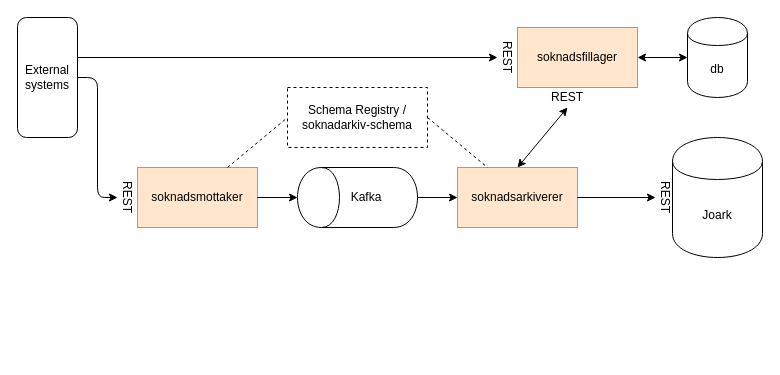
navikt/archiving-infrastructure keeps this draw.io diagram as docs/arkivering.drawio. Above is the earlier version. Source tidied: cells renumbered, new cells numbered last; positions are measured from the earlier drawing's top-left corner, leaving out a move shared by most shapes. Both pictures are drawn from the tidied source at 100%, with x=0, y=0 at pixel (17, 17).
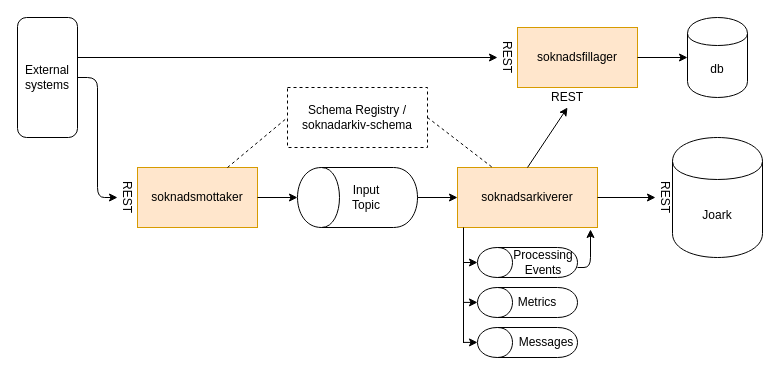
Above is the later version.

Unchanged cells that the change refers to:
```xml
<mxCell id="8" value="&lt;div&gt;soknadsfillager&lt;/div&gt;" style="rounded=0;whiteSpace=wrap;html=1;fillColor=#ffe6cc;strokeColor=#d79b00;" parent="1" vertex="1">
  <mxGeometry x="500" y="10" width="120" height="60" as="geometry" />
</mxCell>
<mxCell id="9" value="db" style="shape=cylinder;whiteSpace=wrap;html=1;boundedLbl=1;backgroundOutline=1;" parent="1" vertex="1">
  <mxGeometry x="670" width="60" height="80" as="geometry" />
</mxCell>
<mxCell id="21" value="REST" style="text;html=1;strokeColor=none;fillColor=none;align=center;verticalAlign=middle;whiteSpace=wrap;rounded=0;rotation=0;" parent="1" vertex="1">
  <mxGeometry x="530" y="70" width="40" height="20" as="geometry" />
</mxCell>
```

Diff of the diagram source:
```diff
@@
-    <mxCell id="3" value="Kafka" style="shape=cylinder;whiteSpace=wrap;html=1;boundedLbl=1;backgroundOutline=1;direction=north;" parent="1" vertex="1">
+    <mxCell id="3" value="&lt;div&gt;Input&lt;/div&gt;&lt;div&gt;Topic&lt;/div&gt;" style="shape=cylinder;whiteSpace=wrap;html=1;boundedLbl=1;backgroundOutline=1;direction=north;" parent="1" vertex="1">
       <mxGeometry x="280" y="150" width="120" height="60" as="geometry" />
     </mxCell>
@@
     <mxCell id="7" value="soknadsarkiverer" style="rounded=0;whiteSpace=wrap;html=1;fillColor=#ffe6cc;strokeColor=#d79b00;" parent="1" vertex="1">
-      <mxGeometry x="440" y="150" width="120" height="60" as="geometry" />
+      <mxGeometry x="440" y="150" width="140" height="60" as="geometry" />
     </mxCell>
@@
-    <mxCell id="10" style="endArrow=classic;startArrow=classic;html=1;entryX=0;entryY=0.5;entryDx=0;entryDy=0;exitX=1;exitY=0.5;exitDx=0;exitDy=0;" parent="1" edge="1" source="8" target="9">
+    <mxCell id="10" style="endArrow=classic;startArrow=none;html=1;entryX=0;entryY=0.5;entryDx=0;entryDy=0;exitX=1;exitY=0.5;exitDx=0;exitDy=0;startFill=0;" parent="1" edge="1" source="8" target="9">
       <mxGeometry relative="1" as="geometry" />
     </mxCell>
@@
-    <mxCell id="22" style="endArrow=classic;startArrow=classic;html=1;entryX=0.5;entryY=1;entryDx=0;entryDy=0;exitX=0.5;exitY=0;exitDx=0;exitDy=0;" parent="1" edge="1" source="7" target="21">
+    <mxCell id="22" style="endArrow=classic;startArrow=none;html=1;entryX=0.5;entryY=1;entryDx=0;entryDy=0;exitX=0.5;exitY=0;exitDx=0;exitDy=0;startFill=0;" parent="1" edge="1" source="7" target="21">
       <mxGeometry relative="1" as="geometry" />
     </mxCell>
+    <mxCell id="23" style="shape=cylinder;whiteSpace=wrap;html=1;boundedLbl=1;backgroundOutline=1;direction=north;" parent="1" vertex="1">
+      <mxGeometry x="460" y="230" width="100" height="30" as="geometry" />
+    </mxCell>
+    <mxCell id="24" style="shape=cylinder;whiteSpace=wrap;html=1;boundedLbl=1;backgroundOutline=1;direction=north;" parent="1" vertex="1">
+      <mxGeometry x="460" y="270" width="100" height="30" as="geometry" />
+    </mxCell>
+    <mxCell id="25" style="shape=cylinder;whiteSpace=wrap;html=1;boundedLbl=1;backgroundOutline=1;direction=north;" parent="1" vertex="1">
+      <mxGeometry x="460" y="310" width="100" height="30" as="geometry" />
+    </mxCell>
+    <mxCell id="26" style="endArrow=none;html=1;entryX=0.058;entryY=1.05;entryDx=0;entryDy=0;entryPerimeter=0;" parent="1" edge="1">
+      <mxGeometry relative="1" as="geometry">
+        <mxPoint x="446" y="325.5" as="sourcePoint" />
+        <mxPoint x="446" y="210" as="targetPoint" />
+      </mxGeometry>
+    </mxCell>
+    <mxCell id="27" value="&lt;div&gt;Processing&lt;/div&gt;&lt;div&gt;Events&lt;br&gt;&lt;/div&gt;" style="text;html=1;strokeColor=none;fillColor=none;align=center;verticalAlign=middle;whiteSpace=wrap;rounded=0;" parent="1" vertex="1">
+      <mxGeometry x="506" y="235" width="40" height="20" as="geometry" />
+    </mxCell>
+    <mxCell id="28" value="Metrics" style="text;html=1;strokeColor=none;fillColor=none;align=center;verticalAlign=middle;whiteSpace=wrap;rounded=0;" parent="1" vertex="1">
+      <mxGeometry x="500" y="275" width="40" height="20" as="geometry" />
+    </mxCell>
+    <mxCell id="29" value="Messages" style="text;html=1;strokeColor=none;fillColor=none;align=center;verticalAlign=middle;whiteSpace=wrap;rounded=0;" parent="1" vertex="1">
+      <mxGeometry x="509" y="315" width="40" height="20" as="geometry" />
+    </mxCell>
+    <mxCell id="30" style="endArrow=classic;html=1;exitX=0.333;exitY=1;exitDx=0;exitDy=0;exitPerimeter=0;entryX=0.95;entryY=1.033;entryDx=0;entryDy=0;entryPerimeter=0;" parent="1" edge="1" source="23" target="7">
+      <mxGeometry relative="1" as="geometry">
+        <Array as="points">
+          <mxPoint x="573" y="250" />
+        </Array>
+      </mxGeometry>
+    </mxCell>
+    <mxCell id="31" style="endArrow=classic;html=1;entryX=0.5;entryY=0;entryDx=0;entryDy=0;" parent="1" edge="1" target="23">
+      <mxGeometry relative="1" as="geometry">
+        <mxPoint x="446" y="245" as="sourcePoint" />
+      </mxGeometry>
+    </mxCell>
+    <mxCell id="32" style="endArrow=classic;html=1;entryX=0.5;entryY=0;entryDx=0;entryDy=0;" parent="1" edge="1">
+      <mxGeometry relative="1" as="geometry">
+        <mxPoint x="446" y="284.9" as="sourcePoint" />
+        <mxPoint x="460" y="284.9" as="targetPoint" />
+      </mxGeometry>
+    </mxCell>
+    <mxCell id="33" style="endArrow=classic;html=1;entryX=0.5;entryY=0;entryDx=0;entryDy=0;" parent="1" edge="1">
+      <mxGeometry relative="1" as="geometry">
+        <mxPoint x="446" y="324.9" as="sourcePoint" />
+        <mxPoint x="460" y="324.9" as="targetPoint" />
+      </mxGeometry>
+    </mxCell>
```
